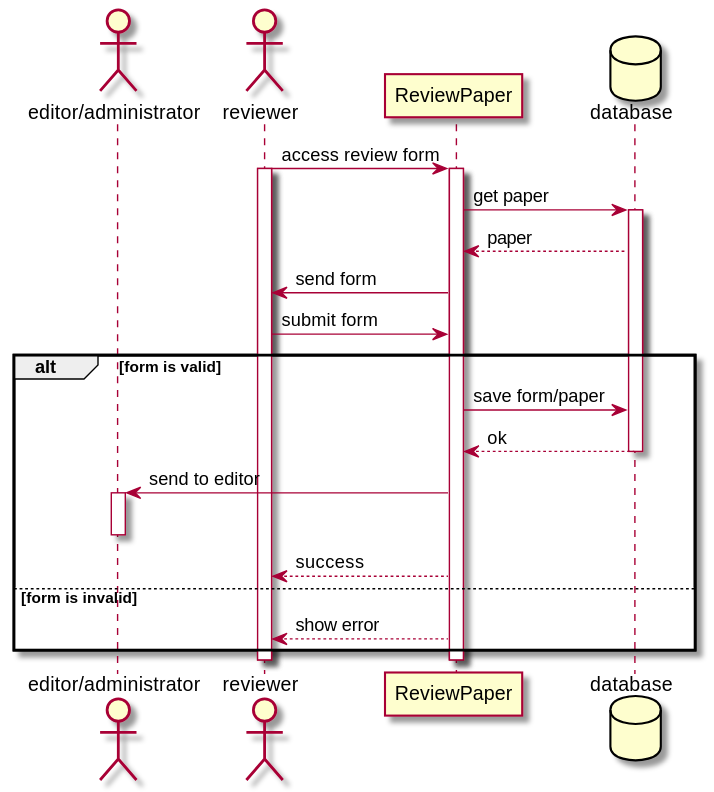
The PlantUML diagram lab/lab3/sequence.svg in Arunscape/ECE493, before a commit.
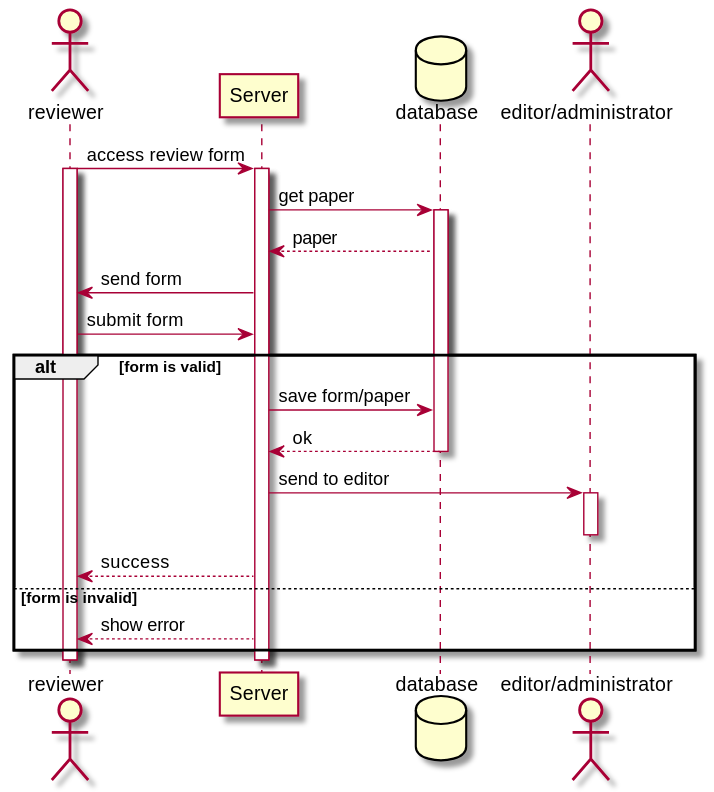
The same diagram one commit later.

Change to the diagram source:
```diff
@@ -1,31 +1,31 @@
 @startuml
 
+actor reviewer
+participant Server
+database database as db
 actor "editor/administrator" as editor
-actor reviewer
-participant ReviewPaper
-database database as db
 
-reviewer -> ReviewPaper : access review form
+reviewer -> Server : access review form
 activate reviewer
 
-activate ReviewPaper
-ReviewPaper -> db : get paper
+activate Server
+Server -> db : get paper
 activate db
-ReviewPaper <-- db : paper
-reviewer <- ReviewPaper : send form
-reviewer -> ReviewPaper : submit form
+Server <-- db : paper
+reviewer <- Server : send form
+reviewer -> Server : submit form
 
 alt form is valid
-    ReviewPaper -> db : save form/paper
-    ReviewPaper <-- db : ok
+    Server -> db : save form/paper
+    Server <-- db : ok
     deactivate db
-    ReviewPaper -> editor : send to editor
+    Server -> editor : send to editor
     activate editor
     deactivate editor
-    reviewer <-- ReviewPaper : success
+    reviewer <-- Server : success
 else form is invalid
-     reviewer <-- ReviewPaper : show error
+     reviewer <-- Server : show error
 end
 deactivate reviewer
-deactivate ReviewPaper
+deactivate Server
 @enduml
```
